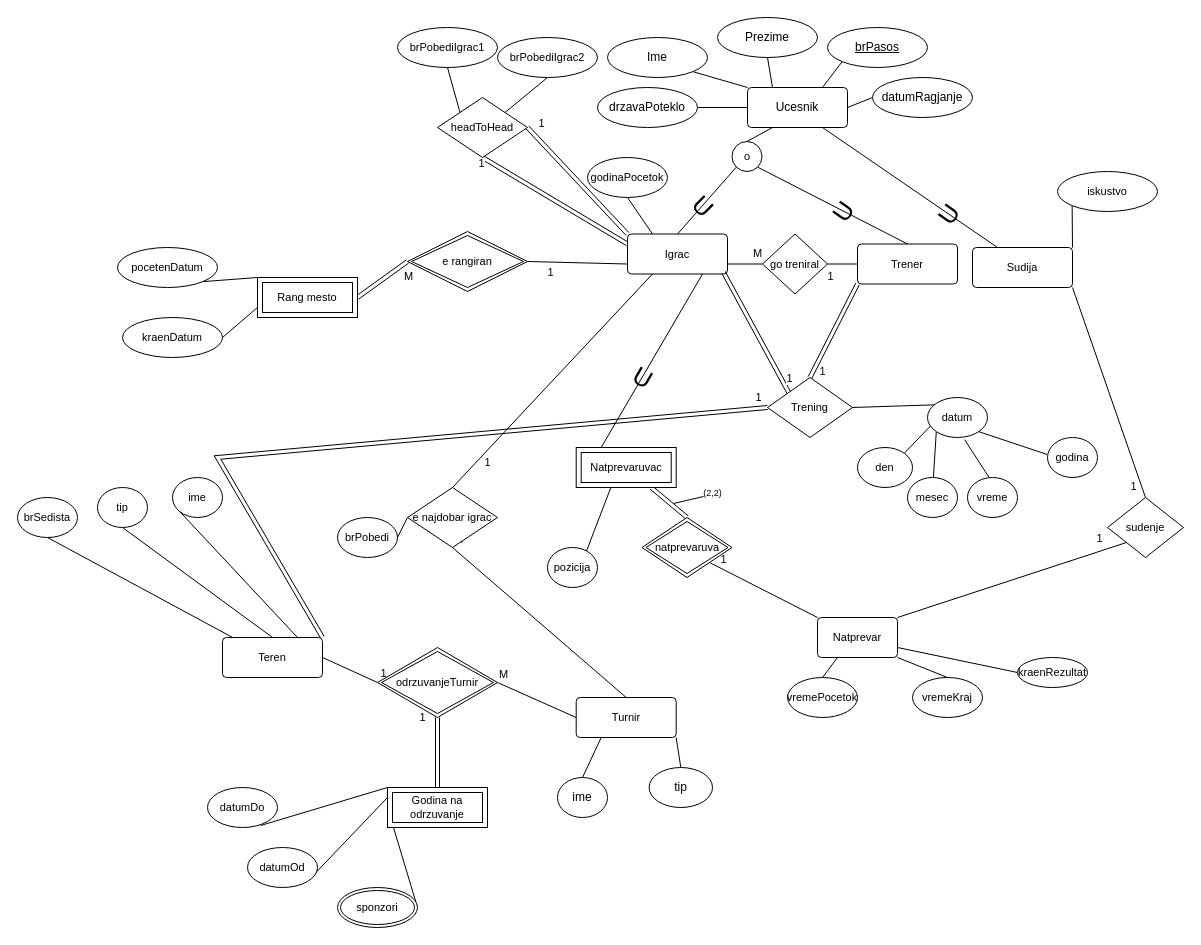
Before: Bazi na podatoci/Lab1/lab1_B.drawio in marin-o/Finki, a draw.io diagram. Source tidied: cells renumbered, new cells numbered last; positions are measured from the earlier drawing's top-left corner, leaving out a move shared by most shapes. Both pictures are drawn from the tidied source at 100%, with x=0, y=0 at pixel (17, 17).
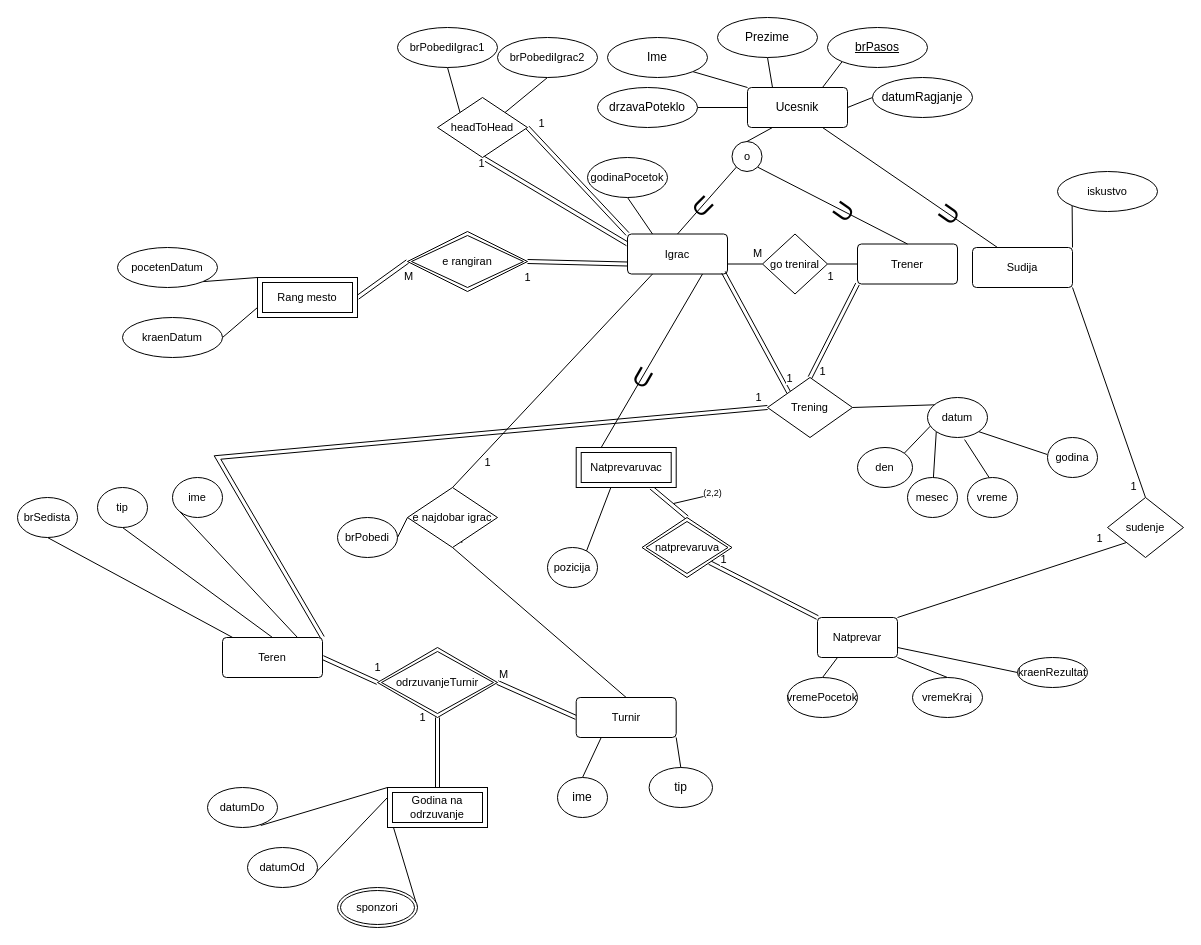
The same diagram, later.

Commit message:
popraeni ucestva za natprevar, turnir, teren i igrac

Unchanged cells that the change refers to:
```xml
<mxCell id="18" value="Igrac" style="rounded=1;arcSize=10;whiteSpace=wrap;html=1;align=center;fontFamily=Helvetica;fontSize=11;fontColor=default;" parent="1" vertex="1">
  <mxGeometry x="610" y="216.5" width="100" height="40" as="geometry" />
</mxCell>
<mxCell id="37" value="e rangiran" style="shape=rhombus;double=1;perimeter=rhombusPerimeter;whiteSpace=wrap;html=1;align=center;fontFamily=Helvetica;fontSize=11;fontColor=default;" parent="1" vertex="1">
  <mxGeometry x="390" y="214" width="120" height="60" as="geometry" />
</mxCell>
<mxCell id="44" value="Turnir" style="rounded=1;arcSize=10;whiteSpace=wrap;html=1;align=center;fontFamily=Helvetica;fontSize=11;fontColor=default;" parent="1" vertex="1">
  <mxGeometry x="558.7" y="680" width="100" height="40" as="geometry" />
</mxCell>
<mxCell id="55" value="Teren" style="rounded=1;arcSize=10;whiteSpace=wrap;html=1;align=center;fontFamily=Helvetica;fontSize=11;fontColor=default;" parent="1" vertex="1">
  <mxGeometry x="205" y="620" width="100" height="40" as="geometry" />
</mxCell>
<mxCell id="62" value="odrzuvanjeTurnir" style="shape=rhombus;perimeter=rhombusPerimeter;whiteSpace=wrap;html=1;align=center;fontFamily=Helvetica;fontSize=11;fontColor=default;double=1;" parent="1" vertex="1">
  <mxGeometry x="360" y="630" width="120" height="70" as="geometry" />
</mxCell>
<mxCell id="72" value="Natprevar" style="rounded=1;arcSize=10;whiteSpace=wrap;html=1;align=center;fontFamily=Helvetica;fontSize=11;fontColor=default;" parent="1" vertex="1">
  <mxGeometry x="800" y="600" width="80" height="40" as="geometry" />
</mxCell>
<mxCell id="84" value="natprevaruva" style="shape=rhombus;double=1;perimeter=rhombusPerimeter;whiteSpace=wrap;html=1;align=center;fontFamily=Helvetica;fontSize=11;fontColor=default;" parent="1" vertex="1">
  <mxGeometry x="624.5" y="500" width="90" height="60" as="geometry" />
</mxCell>
```

What changed in the source:
```diff
@@
-    <mxCell id="14" value="1" style="edgeStyle=none;shape=connector;rounded=0;jettySize=auto;html=1;exitX=0;exitY=0.75;exitDx=0;exitDy=0;entryX=1;entryY=0.5;entryDx=0;entryDy=0;labelBackgroundColor=default;strokeColor=default;align=center;verticalAlign=middle;fontFamily=Helvetica;fontSize=11;fontColor=default;endArrow=none;endFill=0;" parent="1" edge="1" source="18" target="37">
-      <mxGeometry x="0.54" y="10" relative="1" as="geometry" />
+    <mxCell id="14" value="1" style="edgeStyle=none;shape=link;rounded=0;jettySize=auto;html=1;exitX=0;exitY=0.75;exitDx=0;exitDy=0;entryX=1;entryY=0.5;entryDx=0;entryDy=0;labelBackgroundColor=default;strokeColor=default;align=center;verticalAlign=middle;fontFamily=Helvetica;fontSize=11;fontColor=default;endArrow=none;endFill=0;" parent="1" edge="1" source="18" target="37">
+      <mxGeometry x="0.99" y="16" relative="1" as="geometry" />
     </mxCell>
@@
-    <mxCell id="43" value="M" style="edgeStyle=none;shape=connector;rounded=0;jettySize=auto;html=1;exitX=0;exitY=0.5;exitDx=0;exitDy=0;entryX=1;entryY=0.5;entryDx=0;entryDy=0;labelBackgroundColor=default;strokeColor=default;align=center;verticalAlign=middle;fontFamily=Helvetica;fontSize=11;fontColor=default;endArrow=none;endFill=0;" parent="1" edge="1" source="44" target="62">
+    <mxCell id="43" value="M" style="edgeStyle=none;shape=link;rounded=0;jettySize=auto;html=1;exitX=0;exitY=0.5;exitDx=0;exitDy=0;entryX=1;entryY=0.5;entryDx=0;entryDy=0;labelBackgroundColor=default;strokeColor=default;align=center;verticalAlign=middle;fontFamily=Helvetica;fontSize=11;fontColor=default;endArrow=none;endFill=0;" parent="1" edge="1" source="44" target="62">
       <mxGeometry x="0.95" y="-10" relative="1" as="geometry" />
     </mxCell>
@@
-    <mxCell id="53" value="1" style="edgeStyle=none;shape=connector;rounded=0;jettySize=auto;html=1;exitX=1;exitY=0.5;exitDx=0;exitDy=0;entryX=0;entryY=0.5;entryDx=0;entryDy=0;labelBackgroundColor=default;strokeColor=default;align=center;verticalAlign=middle;fontFamily=Helvetica;fontSize=11;fontColor=default;endArrow=none;endFill=0;" parent="1" edge="1" source="55" target="62">
-      <mxGeometry x="1" y="10" relative="1" as="geometry">
-        <mxPoint x="2" as="offset" />
-      </mxGeometry>
+    <mxCell id="53" value="1" style="edgeStyle=none;shape=link;rounded=0;jettySize=auto;html=1;exitX=1;exitY=0.5;exitDx=0;exitDy=0;entryX=0;entryY=0.5;entryDx=0;entryDy=0;labelBackgroundColor=default;strokeColor=default;align=center;verticalAlign=middle;fontFamily=Helvetica;fontSize=11;fontColor=default;endArrow=none;endFill=0;" parent="1" edge="1" source="55" target="62">
+      <mxGeometry x="0.79" y="14" relative="1" as="geometry" />
     </mxCell>
@@
-    <mxCell id="83" value="1" style="edgeStyle=none;shape=connector;rounded=0;jettySize=auto;html=1;exitX=1;exitY=1;exitDx=0;exitDy=0;entryX=0;entryY=0;entryDx=0;entryDy=0;labelBackgroundColor=default;strokeColor=default;align=center;verticalAlign=middle;fontFamily=Helvetica;fontSize=11;fontColor=default;endArrow=none;endFill=0;" parent="1" edge="1" source="84" target="72">
+    <mxCell id="83" value="1" style="edgeStyle=none;shape=link;rounded=0;jettySize=auto;html=1;exitX=1;exitY=1;exitDx=0;exitDy=0;entryX=0;entryY=0;entryDx=0;entryDy=0;labelBackgroundColor=default;strokeColor=default;align=center;verticalAlign=middle;fontFamily=Helvetica;fontSize=11;fontColor=default;endArrow=none;endFill=0;" parent="1" edge="1" source="84" target="72">
       <mxGeometry x="-0.82" y="9" relative="1" as="geometry" />
     </mxCell>
```
